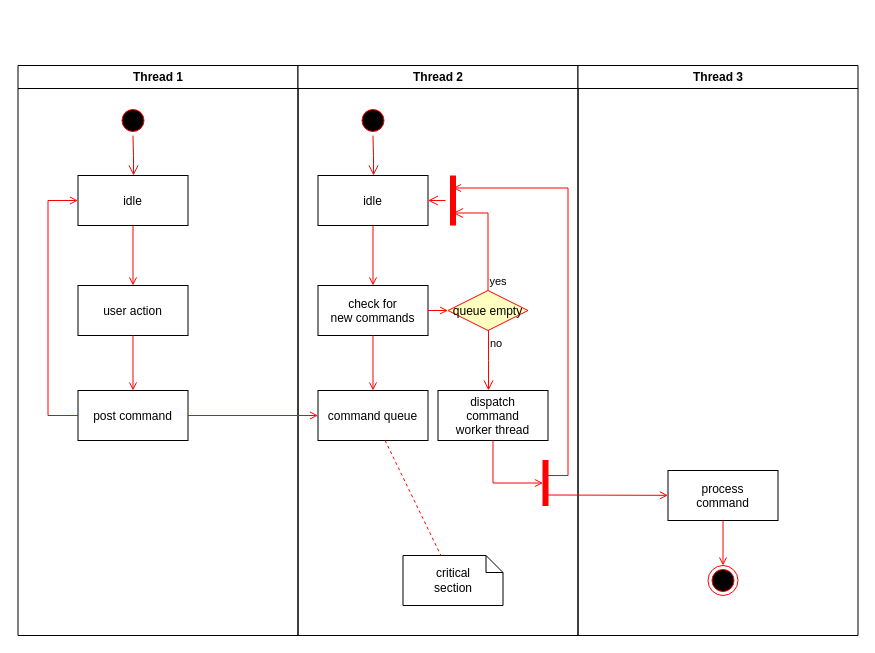
Above: 未命名绘图.drawio in zbjcool/mydraw (draw.io), before the change. Source tidied: cells renumbered, new cells numbered last; positions are measured from the earlier drawing's top-left corner, leaving out a move shared by most shapes. Both pictures are drawn from the tidied source at 100%, with x=0, y=0 at pixel (17, 65).
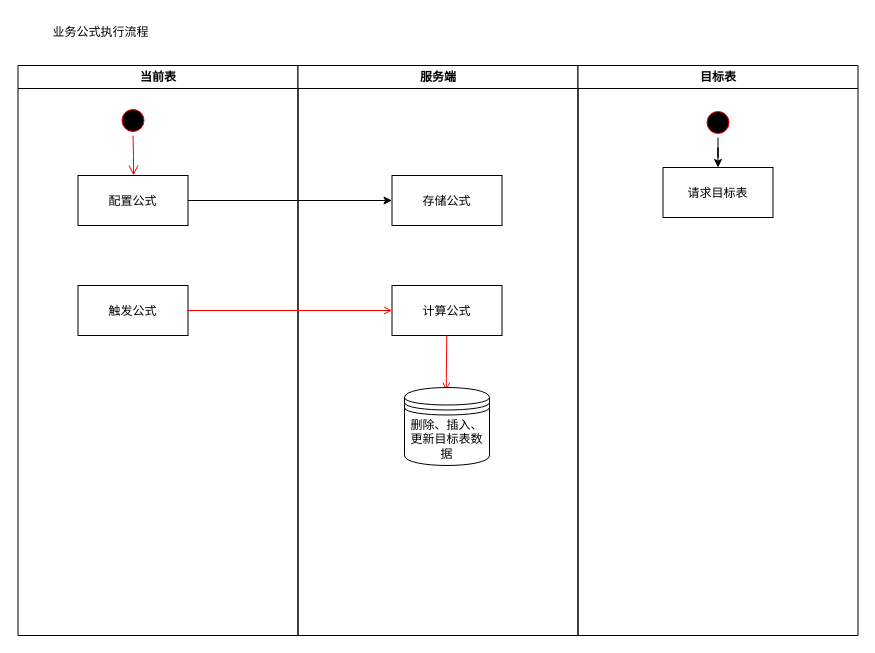
The same page after the edit.

Commit message:
公式-业务公式执行流程.drawio

Change to the diagram source:
```diff
@@
-    <mxCell id="2" value="Thread 1" style="swimlane;whiteSpace=wrap;" parent="1" vertex="1">
+    <mxCell id="2" value="当前表" style="swimlane;whiteSpace=wrap;" parent="1" vertex="1">
       <mxGeometry x="0.5" width="280" height="570" as="geometry" />
     </mxCell>
@@
-    <mxCell id="5" value="idle" parent="2" vertex="1">
+    <mxCell id="5" value="配置公式" parent="2" vertex="1">
       <mxGeometry x="60" y="110" width="110" height="50" as="geometry" />
     </mxCell>
-    <mxCell id="6" value="user action" parent="2" vertex="1">
+    <mxCell id="6" value="触发公式" parent="2" vertex="1">
       <mxGeometry x="60" y="220" width="110" height="50" as="geometry" />
     </mxCell>
-    <mxCell id="7" style="endArrow=open;strokeColor=#FF0000;endFill=1;rounded=0;" parent="2" edge="1" source="5" target="6">
-      <mxGeometry relative="1" as="geometry" />
-    </mxCell>
-    <mxCell id="8" value="post command" parent="2" vertex="1">
-      <mxGeometry x="60" y="325" width="110" height="50" as="geometry" />
-    </mxCell>
-    <mxCell id="9" style="endArrow=open;strokeColor=#FF0000;endFill=1;rounded=0;" parent="2" edge="1" source="6" target="8">
-      <mxGeometry relative="1" as="geometry" />
-    </mxCell>
-    <mxCell id="10" style="edgeStyle=elbowEdgeStyle;elbow=horizontal;strokeColor=#FF0000;endArrow=open;endFill=1;rounded=0;" parent="2" edge="1" source="8" target="5">
-      <mxGeometry relative="1" as="geometry">
-        <Array as="points">
-          <mxPoint x="30" y="250" />
-        </Array>
-      </mxGeometry>
-    </mxCell>
-    <mxCell id="11" value="Thread 2" style="swimlane;whiteSpace=wrap;" parent="1" vertex="1">
+    <mxCell id="11" value="服务端" style="swimlane;whiteSpace=wrap;" parent="1" vertex="1">
       <mxGeometry x="280.5" width="280" height="570" as="geometry" />
     </mxCell>
-    <mxCell id="12" style="ellipse;shape=startState;fillColor=#000000;strokeColor=#ff0000;" parent="11" vertex="1">
-      <mxGeometry x="60" y="40" width="30" height="30" as="geometry" />
-    </mxCell>
-    <mxCell id="13" style="edgeStyle=elbowEdgeStyle;elbow=horizontal;verticalAlign=bottom;endArrow=open;endSize=8;strokeColor=#FF0000;endFill=1;rounded=0;" parent="11" edge="1" source="12" target="14">
-      <mxGeometry x="40" y="20" as="geometry" />
-    </mxCell>
-    <mxCell id="14" value="idle" parent="11" vertex="1">
-      <mxGeometry x="20" y="110" width="110" height="50" as="geometry" />
+    <mxCell id="14" value="存储公式" parent="11" vertex="1">
+      <mxGeometry x="94" y="110" width="110" height="50" as="geometry" />
     </mxCell>
-    <mxCell id="15" value="check for &#10;new commands" parent="11" vertex="1">
-      <mxGeometry x="20" y="220" width="110" height="50" as="geometry" />
+    <mxCell id="15" value="计算公式" parent="11" vertex="1">
+      <mxGeometry x="94" y="220" width="110" height="50" as="geometry" />
     </mxCell>
-    <mxCell id="16" style="endArrow=open;strokeColor=#FF0000;endFill=1;rounded=0;" parent="11" edge="1" source="14" target="15">
-      <mxGeometry relative="1" as="geometry" />
-    </mxCell>
-    <mxCell id="17" value="command queue" parent="11" vertex="1">
-      <mxGeometry x="20" y="325" width="110" height="50" as="geometry" />
-    </mxCell>
-    <mxCell id="18" style="endArrow=open;strokeColor=#FF0000;endFill=1;rounded=0;" parent="11" edge="1" source="15" target="17">
-      <mxGeometry relative="1" as="geometry" />
+    <mxCell id="18" style="endArrow=open;strokeColor=#FF0000;endFill=1;rounded=0;" parent="11" edge="1" source="15">
+      <mxGeometry relative="1" as="geometry">
+        <mxPoint x="148.2" y="325" as="targetPoint" />
+      </mxGeometry>
     </mxCell>
-    <mxCell id="19" value="queue empty" style="rhombus;fillColor=#ffffc0;strokeColor=#ff0000;" parent="11" vertex="1">
-      <mxGeometry x="150" y="225" width="80" height="40" as="geometry" />
-    </mxCell>
-    <mxCell id="20" value="yes" style="edgeStyle=elbowEdgeStyle;elbow=horizontal;align=left;verticalAlign=bottom;endArrow=open;endSize=8;strokeColor=#FF0000;exitX=0.5;exitY=0;endFill=1;rounded=0;entryX=0.75;entryY=0.5;entryPerimeter=0;" parent="11" edge="1" source="19" target="23">
-      <mxGeometry x="-1" relative="1" as="geometry">
-        <Array as="points">
-          <mxPoint x="190" y="180" />
-        </Array>
-      </mxGeometry>
-    </mxCell>
-    <mxCell id="21" value="no" style="edgeStyle=elbowEdgeStyle;elbow=horizontal;align=left;verticalAlign=top;endArrow=open;endSize=8;strokeColor=#FF0000;endFill=1;rounded=0;" parent="11" edge="1" source="19" target="25">
-      <mxGeometry x="-1" relative="1" as="geometry" />
-    </mxCell>
-    <mxCell id="22" style="endArrow=open;strokeColor=#FF0000;endFill=1;rounded=0;" parent="11" edge="1" source="15" target="19">
-      <mxGeometry relative="1" as="geometry" />
-    </mxCell>
-    <mxCell id="23" style="shape=line;strokeWidth=6;strokeColor=#ff0000;rotation=90;" parent="11" vertex="1">
-      <mxGeometry x="130" y="127.5" width="50" height="15" as="geometry" />
-    </mxCell>
-    <mxCell id="24" style="edgeStyle=elbowEdgeStyle;elbow=horizontal;verticalAlign=bottom;endArrow=open;endSize=8;strokeColor=#FF0000;endFill=1;rounded=0;" parent="11" edge="1" source="23" target="14">
-      <mxGeometry x="130" y="90" as="geometry" />
-    </mxCell>
-    <mxCell id="25" value="dispatch&#10;command&#10;worker thread" parent="11" vertex="1">
-      <mxGeometry x="140" y="325" width="110" height="50" as="geometry" />
-    </mxCell>
-    <mxCell id="26" value="critical&#10;section" style="shape=note;whiteSpace=wrap;size=17;" parent="11" vertex="1">
-      <mxGeometry x="105" y="490" width="100" height="50" as="geometry" />
-    </mxCell>
-    <mxCell id="27" style="endArrow=none;strokeColor=#FF0000;endFill=0;rounded=0;dashed=1;" parent="11" edge="1" source="17" target="26">
-      <mxGeometry relative="1" as="geometry" />
-    </mxCell>
-    <mxCell id="28" style="whiteSpace=wrap;strokeColor=#FF0000;fillColor=#FF0000;" parent="11" vertex="1">
-      <mxGeometry x="245" y="395" width="5" height="45" as="geometry" />
-    </mxCell>
-    <mxCell id="29" style="edgeStyle=elbowEdgeStyle;elbow=horizontal;entryX=0;entryY=0.5;strokeColor=#FF0000;endArrow=open;endFill=1;rounded=0;" parent="11" edge="1" source="25" target="28">
-      <mxGeometry relative="1" as="geometry">
-        <Array as="points">
-          <mxPoint x="195" y="400" />
-        </Array>
-      </mxGeometry>
-    </mxCell>
+    <mxCell id="37" value="删除、插入、&lt;br style=&quot;border-color: var(--border-color); padding: 0px; margin: 0px;&quot;&gt;&lt;span style=&quot;&quot;&gt;更新目标表数据&lt;/span&gt;" style="shape=datastore;whiteSpace=wrap;html=1;" parent="11" vertex="1">
+      <mxGeometry x="106.5" y="322" width="85" height="78" as="geometry" />
+    </mxCell>
-    <mxCell id="30" value="Thread 3" style="swimlane;whiteSpace=wrap;" parent="1" vertex="1">
+    <mxCell id="30" value="目标表" style="swimlane;whiteSpace=wrap;" parent="1" vertex="1">
       <mxGeometry x="560.5" width="280" height="570" as="geometry" />
     </mxCell>
-    <mxCell id="31" value="process&#10;command" parent="30" vertex="1">
-      <mxGeometry x="90" y="405" width="110" height="50" as="geometry" />
+    <mxCell id="31" value="请求目标表" parent="30" vertex="1">
+      <mxGeometry x="85" y="102" width="110" height="50" as="geometry" />
     </mxCell>
-    <mxCell id="32" style="edgeStyle=elbowEdgeStyle;elbow=horizontal;strokeColor=#FF0000;endArrow=open;endFill=1;rounded=0;entryX=0.25;entryY=0.5;entryPerimeter=0;" parent="30" edge="1" target="23">
-      <mxGeometry relative="1" as="geometry">
-        <mxPoint x="-30" y="410" as="sourcePoint" />
-        <Array as="points">
-          <mxPoint x="-10" y="135" />
-        </Array>
-      </mxGeometry>
-    </mxCell>
-    <mxCell id="33" style="edgeStyle=none;strokeColor=#FF0000;endArrow=open;endFill=1;rounded=0;" parent="30" edge="1" target="31">
-      <mxGeometry relative="1" as="geometry">
-        <mxPoint x="-30" y="429.5" as="sourcePoint" />
-      </mxGeometry>
-    </mxCell>
-    <mxCell id="34" style="ellipse;shape=endState;fillColor=#000000;strokeColor=#ff0000;" parent="30" vertex="1">
-      <mxGeometry x="130" y="500" width="30" height="30" as="geometry" />
-    </mxCell>
-    <mxCell id="35" style="endArrow=open;strokeColor=#FF0000;endFill=1;rounded=0;" parent="30" edge="1" source="31" target="34">
-      <mxGeometry relative="1" as="geometry" />
-    </mxCell>
-    <mxCell id="36" style="endArrow=open;strokeColor=#FF0000;endFill=1;rounded=0;" parent="1" edge="1" source="8" target="17">
-      <mxGeometry relative="1" as="geometry" />
-    </mxCell>
+    <mxCell id="38" style="edgeStyle=orthogonalEdgeStyle;rounded=0;jettySize=auto;html=1;" parent="30" edge="1" source="39" target="31">
+      <mxGeometry relative="1" as="geometry" />
+    </mxCell>
+    <mxCell id="39" style="ellipse;shape=startState;fillColor=#000000;strokeColor=#ff0000;" parent="30" vertex="1">
+      <mxGeometry x="125" y="42" width="30" height="30" as="geometry" />
+    </mxCell>
+    <mxCell id="9" style="endArrow=open;strokeColor=#FF0000;endFill=1;rounded=0;entryX=0;entryY=0.5;entryDx=0;entryDy=0;" parent="1" edge="1" source="6" target="15">
+      <mxGeometry relative="1" as="geometry" />
+    </mxCell>
+    <mxCell id="40" style="edgeStyle=orthogonalEdgeStyle;rounded=0;jettySize=auto;html=1;entryX=0;entryY=0.5;entryDx=0;entryDy=0;" parent="1" edge="1" source="5" target="14">
+      <mxGeometry relative="1" as="geometry" />
+    </mxCell>
+    <mxCell id="41" value="业务公式执行流程" style="text;html=1;strokeColor=none;fillColor=none;align=center;verticalAlign=middle;whiteSpace=wrap;rounded=0;" parent="1" vertex="1">
+      <mxGeometry x="1" y="-48" width="165" height="30" as="geometry" />
+    </mxCell>
```
